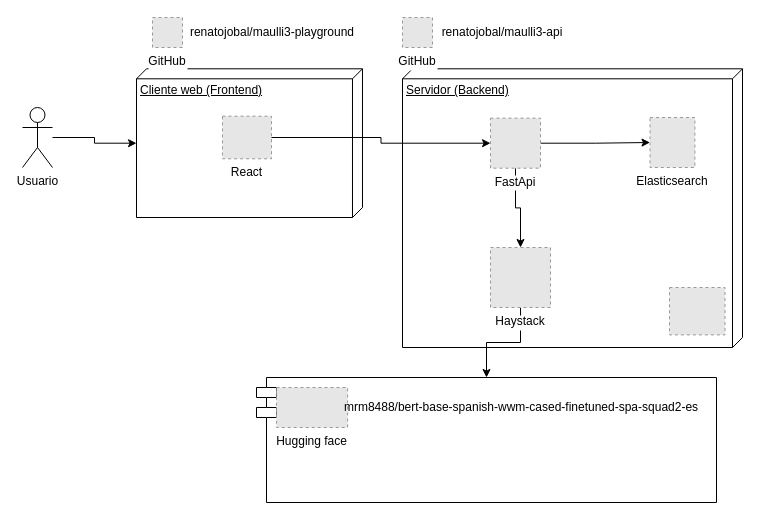
Earlier version of the draw.io diagram Diagrama sin título.drawio (renatojobal/maulli3-haystack-api). Source tidied: cells renumbered, new cells numbered last; positions are measured from the earlier drawing's top-left corner, leaving out a move shared by most shapes. Both pictures are drawn from the tidied source at 100%, with x=0, y=0 at pixel (22, 17). Pictures stored in the file or linked from it are replaced by grey dashed boxes.
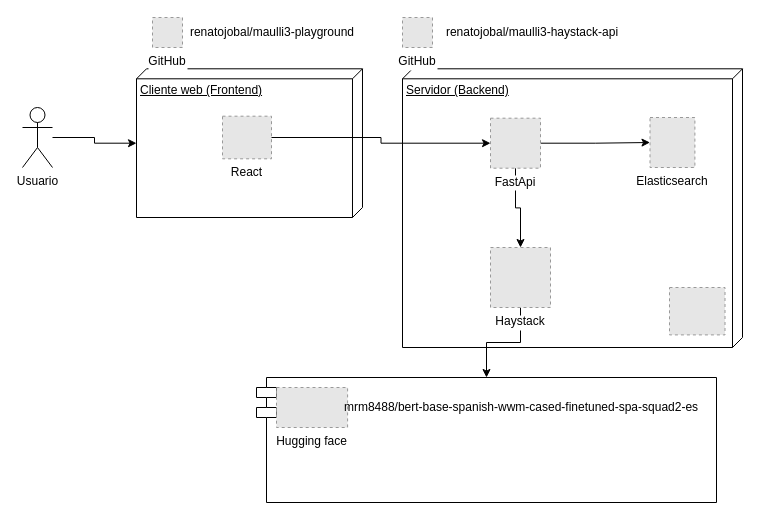
The same diagram, later.

The edit, as a diff of the source:
```diff
@@
-    <mxCell id="10" value="&lt;span&gt;&lt;/span&gt;&lt;span&gt;&lt;/span&gt;&lt;span style=&quot;white-space-collapse: preserve;&quot;&gt;renatojobal/maulli3-api&lt;/span&gt;" style="text;html=1;align=center;verticalAlign=middle;whiteSpace=wrap;rounded=0;" parent="1" vertex="1">
-      <mxGeometry x="380" width="200" height="30" as="geometry" />
+    <mxCell id="10" value="&lt;span&gt;&lt;/span&gt;&lt;span&gt;&lt;/span&gt;&lt;span style=&quot;white-space-collapse: preserve;&quot;&gt;renatojobal/maulli3-haystack-api&lt;/span&gt;" style="text;html=1;align=center;verticalAlign=middle;whiteSpace=wrap;rounded=0;" parent="1" vertex="1">
+      <mxGeometry x="410" width="200" height="30" as="geometry" />
     </mxCell>
```
